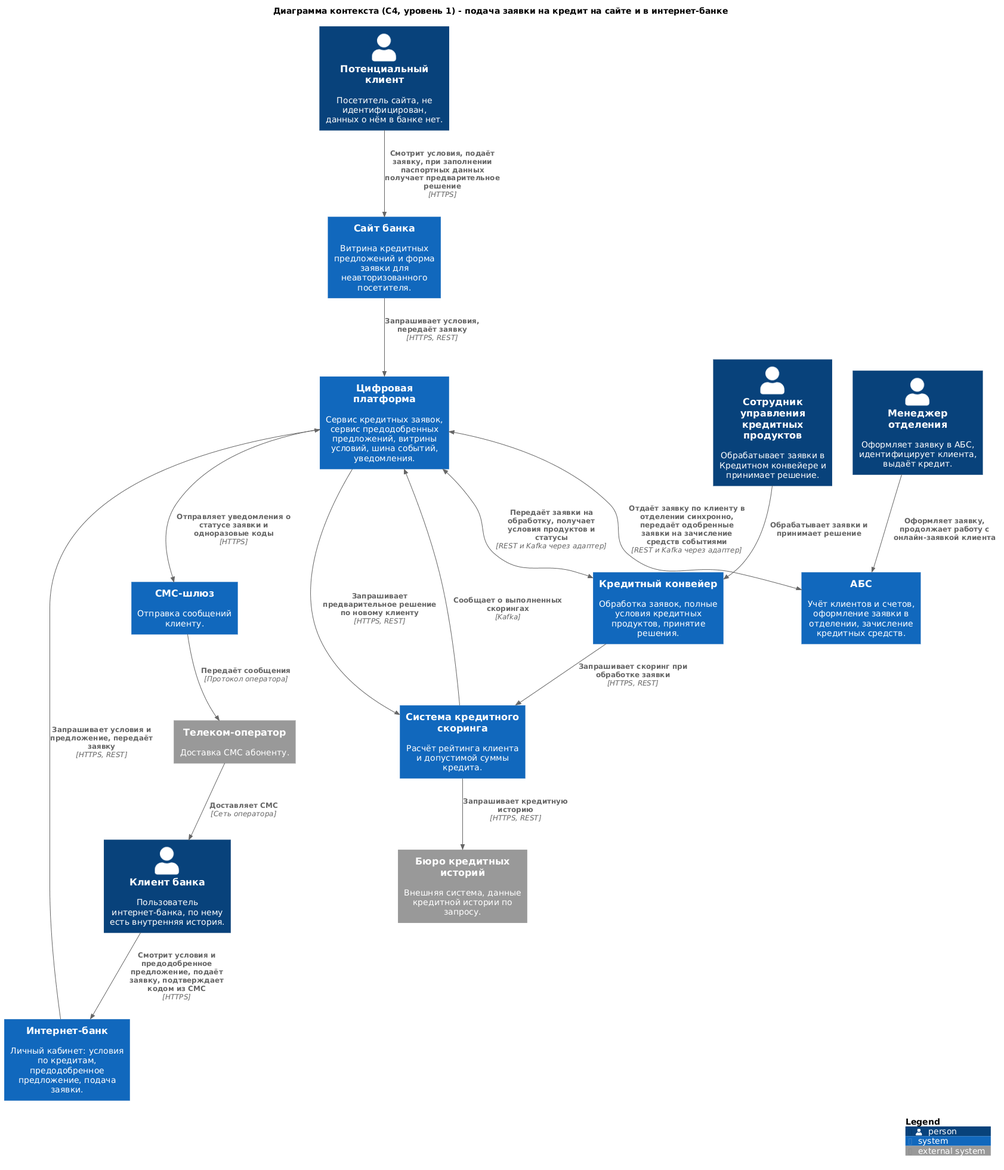
Earlier version of the PlantUML export Task5/task5-c4-context.png (Atom-Py/architecture-pro-standart). Its diagram source:
```plantuml
@startuml task5-c4-context
!include <C4/C4_Context>

title Диаграмма контекста (C4, уровень 1) - подача заявки на кредит на сайте и в интернет-банке

Person(visitor, "Потенциальный клиент", "Посетитель сайта, не идентифицирован, данных о нём в банке нет.")
Person(client, "Клиент банка", "Пользователь интернет-банка, по нему есть внутренняя история.")
Person(manager, "Менеджер отделения", "Оформляет заявку в АБС, идентифицирует клиента, выдаёт кредит.")
Person(officer, "Сотрудник управления кредитных продуктов", "Обрабатывает заявки в Кредитном конвейере и принимает решение.")

System(site, "Сайт банка", "Витрина кредитных предложений и форма заявки для неавторизованного посетителя.")
System(ib, "Интернет-банк", "Личный кабинет: условия по кредитам, предодобренное предложение, подача заявки.")
System(platform, "Цифровая платформа", "Сервис кредитных заявок, сервис предодобренных предложений, витрины условий, шина событий, уведомления.")
System(abs, "АБС", "Учёт клиентов и счетов, оформление заявки в отделении, зачисление кредитных средств.")
System(conveyor, "Кредитный конвейер", "Обработка заявок, полные условия кредитных продуктов, принятие решения.")
System(scoring, "Система кредитного скоринга", "Расчёт рейтинга клиента и допустимой суммы кредита.")
System(sms, "СМС-шлюз", "Отправка сообщений клиенту.")

System_Ext(bki, "Бюро кредитных историй", "Внешняя система, данные кредитной истории по запросу.")
System_Ext(telecom, "Телеком-оператор", "Доставка СМС абоненту.")

Rel(visitor, site, "Смотрит условия, подаёт заявку, при заполнении паспортных данных получает предварительное решение", "HTTPS")
Rel(client, ib, "Смотрит условия и предодобренное предложение, подаёт заявку, подтверждает кодом из СМС", "HTTPS")
Rel(site, platform, "Запрашивает условия, передаёт заявку", "HTTPS, REST")
Rel(ib, platform, "Запрашивает условия и предложение, передаёт заявку", "HTTPS, REST")

Rel(platform, scoring, "Запрашивает предварительное решение по новому клиенту", "HTTPS, REST")
Rel(scoring, bki, "Запрашивает кредитную историю", "HTTPS, REST")
Rel(scoring, platform, "Сообщает о выполненных скорингах", "Kafka")
BiRel(platform, conveyor, "Передаёт заявки на обработку, получает условия продуктов и статусы", "REST и Kafka через адаптер")
Rel(conveyor, scoring, "Запрашивает скоринг при обработке заявки", "HTTPS, REST")
BiRel(platform, abs, "Отдаёт заявку по клиенту в отделении синхронно, передаёт одобренные заявки на зачисление средств событиями", "REST и Kafka через адаптер")

Rel(platform, sms, "Отправляет уведомления о статусе заявки и одноразовые коды", "HTTPS")
Rel(sms, telecom, "Передаёт сообщения", "Протокол оператора")
Rel(telecom, client, "Доставляет СМС", "Сеть оператора")

Rel(manager, abs, "Оформляет заявку, продолжает работу с онлайн-заявкой клиента")
Rel(officer, conveyor, "Обрабатывает заявки и принимает решение")

SHOW_LEGEND()
@enduml
```
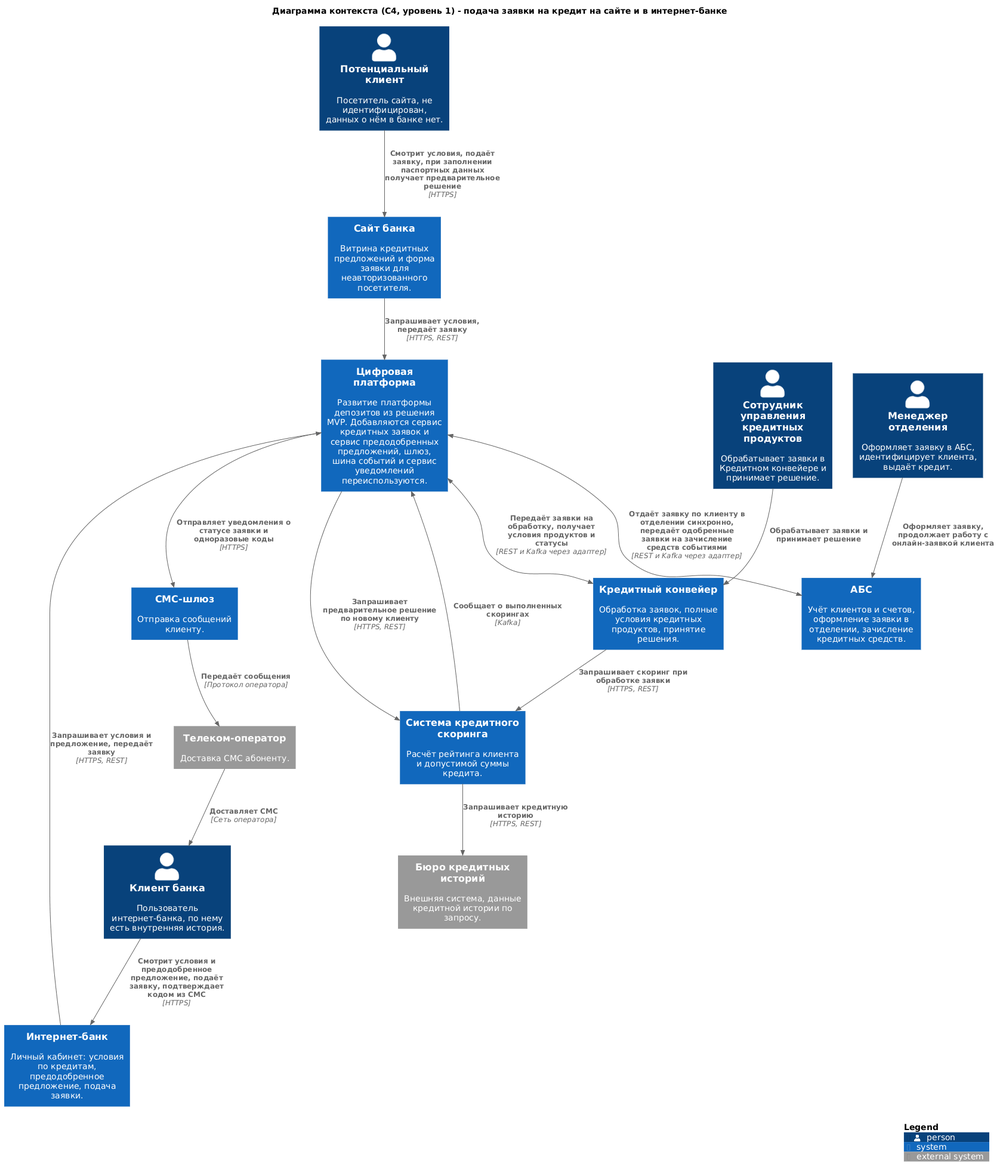
After the change.

Commit message:
task-5: unify platform naming with previous adrs

Diff of the diagram source:
```diff
@@ -10,7 +10,7 @@
 
 System(site, "Сайт банка", "Витрина кредитных предложений и форма заявки для неавторизованного посетителя.")
 System(ib, "Интернет-банк", "Личный кабинет: условия по кредитам, предодобренное предложение, подача заявки.")
-System(platform, "Цифровая платформа", "Сервис кредитных заявок, сервис предодобренных предложений, витрины условий, шина событий, уведомления.")
+System(platform, "Цифровая платформа", "Развитие платформы депозитов из решения MVP. Добавляются сервис кредитных заявок и сервис предодобренных предложений, шлюз, шина событий и сервис уведомлений переиспользуются.")
 System(abs, "АБС", "Учёт клиентов и счетов, оформление заявки в отделении, зачисление кредитных средств.")
 System(conveyor, "Кредитный конвейер", "Обработка заявок, полные условия кредитных продуктов, принятие решения.")
 System(scoring, "Система кредитного скоринга", "Расчёт рейтинга клиента и допустимой суммы кредита.")
```
